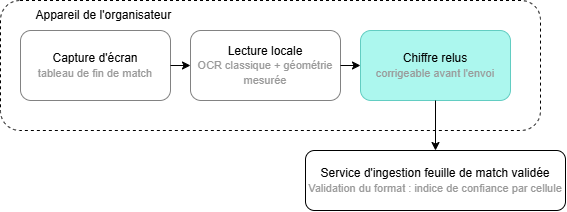
Earlier version of the draw.io export img/schema-ocr.png (june0809/Portfolio-2026). Source tidied: cells renumbered, new cells last; positions are measured from the earlier drawing's top-left corner, leaving out a move shared by most shapes. Source of this version:
```xml
<mxGraphModel>
  <root>
    <mxCell id="0" />
    <mxCell id="1" parent="0" />
    <mxCell id="2" style="rounded=1;whiteSpace=wrap;html=1;dashed=1;strokeColor=#000000;" parent="1" vertex="1">
      <mxGeometry width="540" height="130" as="geometry" />
    </mxCell>
    <mxCell id="3" value="Capture d'écran&lt;div&gt;&lt;span style=&quot;color: rgb(154, 154, 154);&quot;&gt;&lt;font style=&quot;font-size: 11px;&quot;&gt;tableau de fin de match&lt;/font&gt;&lt;/span&gt;&lt;/div&gt;" style="rounded=1;whiteSpace=wrap;html=1;strokeColor=#828282;" parent="1" vertex="1">
      <mxGeometry x="20" y="30" width="150" height="70" as="geometry" />
    </mxCell>
    <mxCell id="4" value="Lecture locale&lt;div&gt;&lt;span style=&quot;color: rgb(154, 154, 154);&quot;&gt;&lt;font style=&quot;font-size: 11px;&quot;&gt;OCR classique + géométrie mesurée&lt;/font&gt;&lt;/span&gt;&lt;/div&gt;" style="rounded=1;whiteSpace=wrap;html=1;strokeColor=#828282;" parent="1" vertex="1">
      <mxGeometry x="190" y="30" width="150" height="70" as="geometry" />
    </mxCell>
    <mxCell id="5" value="Chiffre relus&lt;div&gt;&lt;span style=&quot;color: rgb(154, 154, 154);&quot;&gt;&lt;font style=&quot;font-size: 11px;&quot;&gt;corrigeable avant l'envoi&lt;/font&gt;&lt;/span&gt;&lt;/div&gt;" style="rounded=1;whiteSpace=wrap;html=1;strokeColor=#62CDC2;fillColor=light-dark(#75F2E399,#75F2E399);" parent="1" vertex="1">
      <mxGeometry x="360" y="30" width="150" height="70" as="geometry" />
    </mxCell>
    <mxCell id="6" value="Service d'ingestion feuille de match validée&lt;div&gt;&lt;span style=&quot;color: rgb(154, 154, 154);&quot;&gt;&lt;font style=&quot;font-size: 11px;&quot;&gt;Validation du format : indice de confiance par cellule&lt;/font&gt;&lt;/span&gt;&lt;/div&gt;" style="rounded=1;whiteSpace=wrap;html=1;" parent="1" vertex="1">
      <mxGeometry x="305" y="150" width="260" height="60" as="geometry" />
    </mxCell>
    <mxCell id="7" style="endArrow=classic;html=1;rounded=0;exitX=1;exitY=0.5;exitDx=0;exitDy=0;entryX=0;entryY=0.5;entryDx=0;entryDy=0;" parent="1" edge="1" source="3" target="4">
      <mxGeometry relative="1" as="geometry" />
    </mxCell>
    <mxCell id="8" style="endArrow=classic;html=1;rounded=0;entryX=0;entryY=0.5;entryDx=0;entryDy=0;exitX=1;exitY=0.5;exitDx=0;exitDy=0;" parent="1" edge="1" source="4" target="5">
      <mxGeometry relative="1" as="geometry" />
    </mxCell>
    <mxCell id="9" style="endArrow=classic;html=1;rounded=0;exitX=0.5;exitY=1;exitDx=0;exitDy=0;entryX=0.5;entryY=0;entryDx=0;entryDy=0;" parent="1" edge="1" source="5" target="6">
      <mxGeometry relative="1" as="geometry" />
    </mxCell>
    <mxCell id="10" value="Appareil de l'organisateur&amp;nbsp;" style="text;html=1;whiteSpace=wrap;strokeColor=none;fillColor=none;align=center;verticalAlign=middle;rounded=0;" parent="1" vertex="1">
      <mxGeometry width="210" height="30" as="geometry" />
    </mxCell>
  </root>
</mxGraphModel>
```
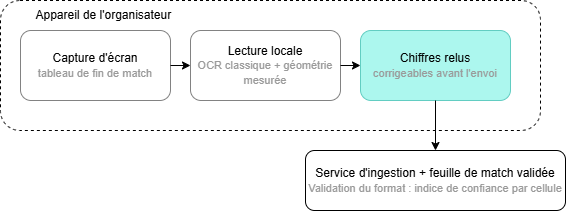
After the change.

Commit message:
Corriger les accords dans le schema OCR

Nouvel export : « Chiffres relus » et « corrigeables avant l'envoi »
prennent leur marque du pluriel. Reinstalle sous img/schema-ocr.png, le
fichier fourni etant a nouveau nomme avec un caractere accentue.

Dimensions inchangees (567x212), reference dans projets.html inchangee.

Change to the diagram source:
```diff
@@ -11,10 +11,10 @@
     <mxCell id="4" value="Lecture locale&lt;div&gt;&lt;span style=&quot;color: rgb(154, 154, 154);&quot;&gt;&lt;font style=&quot;font-size: 11px;&quot;&gt;OCR classique + géométrie mesurée&lt;/font&gt;&lt;/span&gt;&lt;/div&gt;" style="rounded=1;whiteSpace=wrap;html=1;strokeColor=#828282;" parent="1" vertex="1">
       <mxGeometry x="190" y="30" width="150" height="70" as="geometry" />
     </mxCell>
-    <mxCell id="5" value="Chiffre relus&lt;div&gt;&lt;span style=&quot;color: rgb(154, 154, 154);&quot;&gt;&lt;font style=&quot;font-size: 11px;&quot;&gt;corrigeable avant l'envoi&lt;/font&gt;&lt;/span&gt;&lt;/div&gt;" style="rounded=1;whiteSpace=wrap;html=1;strokeColor=#62CDC2;fillColor=light-dark(#75F2E399,#75F2E399);" parent="1" vertex="1">
+    <mxCell id="5" value="Chiffres relus&lt;div&gt;&lt;span style=&quot;color: rgb(154, 154, 154);&quot;&gt;&lt;font style=&quot;font-size: 11px;&quot;&gt;corrigeables avant l'envoi&lt;/font&gt;&lt;/span&gt;&lt;/div&gt;" style="rounded=1;whiteSpace=wrap;html=1;strokeColor=#62CDC2;fillColor=light-dark(#75F2E399,#75F2E399);" parent="1" vertex="1">
       <mxGeometry x="360" y="30" width="150" height="70" as="geometry" />
     </mxCell>
-    <mxCell id="6" value="Service d'ingestion feuille de match validée&lt;div&gt;&lt;span style=&quot;color: rgb(154, 154, 154);&quot;&gt;&lt;font style=&quot;font-size: 11px;&quot;&gt;Validation du format : indice de confiance par cellule&lt;/font&gt;&lt;/span&gt;&lt;/div&gt;" style="rounded=1;whiteSpace=wrap;html=1;" parent="1" vertex="1">
+    <mxCell id="6" value="Service d'ingestion + feuille de match validée&lt;div&gt;&lt;span style=&quot;color: rgb(154, 154, 154);&quot;&gt;&lt;font style=&quot;font-size: 11px;&quot;&gt;Validation du format : indice de confiance par cellule&lt;/font&gt;&lt;/span&gt;&lt;/div&gt;" style="rounded=1;whiteSpace=wrap;html=1;" parent="1" vertex="1">
       <mxGeometry x="305" y="150" width="260" height="60" as="geometry" />
     </mxCell>
     <mxCell id="7" style="endArrow=classic;html=1;rounded=0;exitX=1;exitY=0.5;exitDx=0;exitDy=0;entryX=0;entryY=0.5;entryDx=0;entryDy=0;" parent="1" edge="1" source="3" target="4">
```
